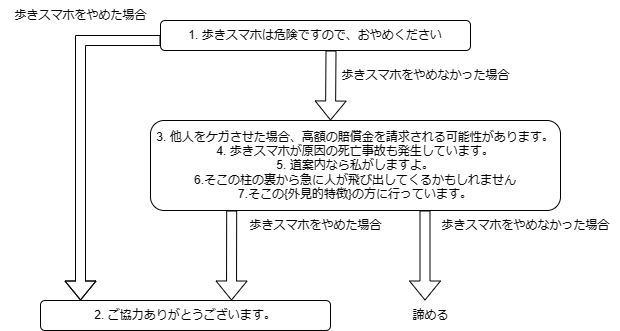
This is Paper/img/waystostop.drawio.png from Amano-take/robot_B4, a draw.io export, as it was before one commit. Source tidied: cells renumbered, new cells last; positions are measured from the earlier drawing's top-left corner, leaving out a move shared by most shapes.
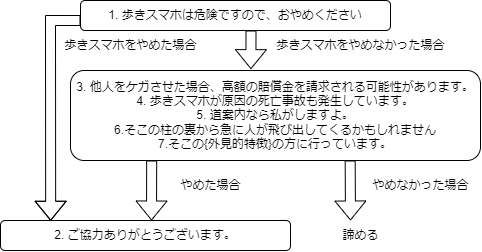
The same file after the commit.

The edit, as a diff of the source:
```diff
@@ -5,51 +5,49 @@
     <mxCell id="2" value="1. 歩きスマホは危険ですので、おやめください" style="rounded=1;whiteSpace=wrap;html=1;" parent="1" vertex="1">
       <mxGeometry x="160" y="20" width="310" height="30" as="geometry" />
     </mxCell>
-    <mxCell id="3" style="shape=flexArrow;endArrow=classic;html=1;rounded=0;exitX=0;exitY=0.667;exitDx=0;exitDy=0;exitPerimeter=0;" parent="1" edge="1" source="2">
+    <mxCell id="3" style="shape=flexArrow;endArrow=classic;html=1;rounded=0;exitX=0;exitY=0.667;exitDx=0;exitDy=0;exitPerimeter=0;entryX=0.173;entryY=0.009;entryDx=0;entryDy=0;entryPerimeter=0;" parent="1" edge="1" source="2" target="4">
       <mxGeometry relative="1" as="geometry">
-        <mxPoint x="80" y="300" as="targetPoint" />
         <Array as="points">
-          <mxPoint x="80" y="40" />
+          <mxPoint x="130" y="40" />
         </Array>
       </mxGeometry>
     </mxCell>
     <mxCell id="4" value="2. ご協力ありがとうございます。" style="rounded=1;whiteSpace=wrap;html=1;" parent="1" vertex="1">
-      <mxGeometry x="40" y="300" width="290" height="30" as="geometry" />
+      <mxGeometry x="80" y="240" width="290" height="30" as="geometry" />
     </mxCell>
-    <mxCell id="5" value="3.&amp;nbsp;他人をケガさせた場合、高額の賠償金を請求される可能性があります。&lt;br&gt;4.&amp;nbsp;歩きスマホが原因の死亡事故も発生しています。&lt;br&gt;5. 道案内なら私がしますよ。&lt;br&gt;6.そこの柱の裏から急に人が飛び出してくるかもしれません&lt;br&gt;7.そこの{外見的特徴}の方に行っています。" style="rounded=1;whiteSpace=wrap;html=1;" parent="1" vertex="1">
-      <mxGeometry x="150" y="120" width="410" height="90" as="geometry" />
+    <mxCell id="5" value="&lt;font style=&quot;font-size: 12px;&quot;&gt;3.&amp;nbsp;他人をケガさせた場合、高額の賠償金を請求される可能性があります。&lt;br&gt;4.&amp;nbsp;歩きスマホが原因の死亡事故も発生しています。&lt;br&gt;5. 道案内なら私がしますよ。&lt;br&gt;6.そこの柱の裏から急に人が飛び出してくるかもしれません&lt;br&gt;7.そこの{外見的特徴}の方に行っています。&lt;/font&gt;" style="rounded=1;whiteSpace=wrap;html=1;" parent="1" vertex="1">
+      <mxGeometry x="150" y="90" width="410" height="90" as="geometry" />
     </mxCell>
     <mxCell id="6" value="歩きスマホをやめた場合" style="text;html=1;align=center;verticalAlign=middle;strokeColor=none;fillColor=none;" parent="1" vertex="1">
-      <mxGeometry width="160" height="30" as="geometry" />
+      <mxGeometry x="130" y="50" width="160" height="30" as="geometry" />
     </mxCell>
-    <mxCell id="7" style="shape=flexArrow;endArrow=classic;html=1;rounded=0;entryX=0.325;entryY=0;entryDx=0;entryDy=0;entryPerimeter=0;" parent="1" edge="1">
+    <mxCell id="7" style="shape=flexArrow;endArrow=classic;html=1;rounded=0;entryX=0.44;entryY=-0.015;entryDx=0;entryDy=0;entryPerimeter=0;" parent="1" edge="1" target="5">
       <mxGeometry relative="1" as="geometry">
         <mxPoint x="330.5" y="50" as="sourcePoint" />
-        <mxPoint x="330" y="120" as="targetPoint" />
       </mxGeometry>
     </mxCell>
     <mxCell id="8" value="歩きスマホをやめなかった場合" style="text;html=1;align=center;verticalAlign=middle;strokeColor=none;fillColor=none;" parent="1" vertex="1">
-      <mxGeometry x="330" y="60" width="190" height="30" as="geometry" />
+      <mxGeometry x="345" y="50" width="190" height="30" as="geometry" />
     </mxCell>
     <mxCell id="9" style="shape=flexArrow;endArrow=classic;html=1;rounded=0;exitX=0.198;exitY=1;exitDx=0;exitDy=0;exitPerimeter=0;" parent="1" edge="1" source="5">
       <mxGeometry relative="1" as="geometry">
-        <mxPoint x="231" y="300" as="targetPoint" />
+        <mxPoint x="231" y="240" as="targetPoint" />
       </mxGeometry>
     </mxCell>
-    <mxCell id="10" value="歩きスマホをやめた場合" style="text;html=1;align=center;verticalAlign=middle;strokeColor=none;fillColor=none;" parent="1" vertex="1">
-      <mxGeometry x="235" y="210" width="160" height="30" as="geometry" />
+    <mxCell id="10" value="やめた場合" style="text;html=1;align=center;verticalAlign=middle;strokeColor=none;fillColor=none;" parent="1" vertex="1">
+      <mxGeometry x="250" y="190" width="80" height="30" as="geometry" />
     </mxCell>
     <mxCell id="11" style="shape=flexArrow;endArrow=classic;html=1;rounded=0;" parent="1" edge="1">
       <mxGeometry relative="1" as="geometry">
-        <mxPoint x="424.5" y="210" as="sourcePoint" />
-        <mxPoint x="424.5" y="300" as="targetPoint" />
+        <mxPoint x="429.7" y="180" as="sourcePoint" />
+        <mxPoint x="430" y="240" as="targetPoint" />
       </mxGeometry>
     </mxCell>
     <mxCell id="12" value="諦める" style="text;html=1;align=center;verticalAlign=middle;strokeColor=none;fillColor=none;" parent="1" vertex="1">
-      <mxGeometry x="400" y="300" width="60" height="30" as="geometry" />
+      <mxGeometry x="410" y="240" width="60" height="30" as="geometry" />
     </mxCell>
-    <mxCell id="13" value="歩きスマホをやめなかった場合" style="text;html=1;align=center;verticalAlign=middle;strokeColor=none;fillColor=none;" parent="1" vertex="1">
-      <mxGeometry x="430" y="210" width="190" height="30" as="geometry" />
+    <mxCell id="13" value="やめなかった場合" style="text;html=1;align=center;verticalAlign=middle;strokeColor=none;fillColor=none;" parent="1" vertex="1">
+      <mxGeometry x="440" y="190" width="120" height="30" as="geometry" />
     </mxCell>
   </root>
 </mxGraphModel>
```
